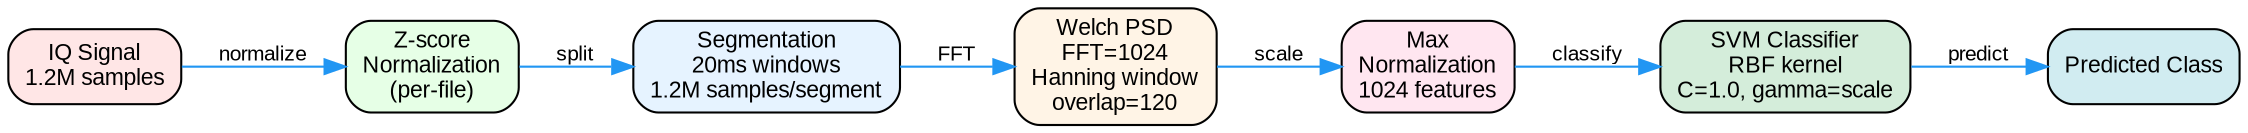
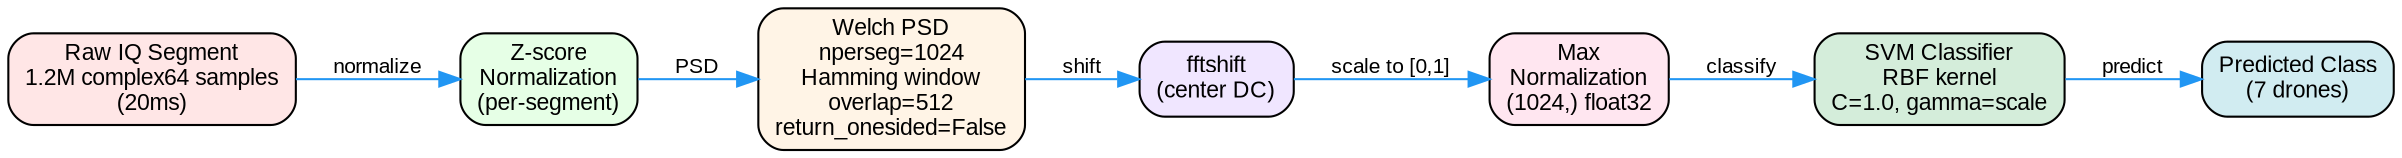
digraph PipelineSVM {
    rankdir=LR;
    node [shape=box, style="rounded,filled", fontname="Arial", fontsize=11];
    edge [fontname="Arial", fontsize=10, color="#2196F3"];

    // Input
-     iq [label="IQ Signal\n1.2M samples", fillcolor="#FFE6E6"];
+     iq [label="Raw IQ Segment\n1.2M complex64 samples\n(20ms)", fillcolor="#FFE6E6"];

    // Preprocessing
-     zscore [label="Z-score\nNormalization\n(per-file)", fillcolor="#E6FFE6"];
-     seg [label="Segmentation\n20ms windows\n1.2M samples/segment", fillcolor="#E6F3FF"];
+     zscore [label="Z-score\nNormalization\n(per-segment)", fillcolor="#E6FFE6"];

    // Feature extraction
-     welch [label="Welch PSD\nFFT=1024\nHanning window\noverlap=120", fillcolor="#FFF4E6"];
- 
-     // Normalization
-     maxnorm [label="Max\nNormalization\n1024 features", fillcolor="#FFE6F0"];
+     welch [label="Welch PSD\nnperseg=1024\nHamming window\noverlap=512\nreturn_onesided=False", fillcolor="#FFF4E6"];
+     fftshift [label="fftshift\n(center DC)", fillcolor="#F0E6FF"];
+     maxnorm [label="Max\nNormalization\n(1024,) float32", fillcolor="#FFE6F0"];

    // Classification
    svm [label="SVM Classifier\nRBF kernel\nC=1.0, gamma=scale", fillcolor="#D4EDDA"];

    // Output
-     pred [label="Predicted Class", fillcolor="#D1ECF1"];
+     pred [label="Predicted Class\n(7 drones)", fillcolor="#D1ECF1"];

    // Edges with labels
    iq -> zscore [label="normalize"];
-     zscore -> seg [label="split"];
-     seg -> welch [label="FFT"];
-     welch -> maxnorm [label="scale"];
+     zscore -> welch [label="PSD"];
+     welch -> fftshift [label="shift"];
+     fftshift -> maxnorm [label="scale to [0,1]"];
    maxnorm -> svm [label="classify"];
    svm -> pred [label="predict"];
}
